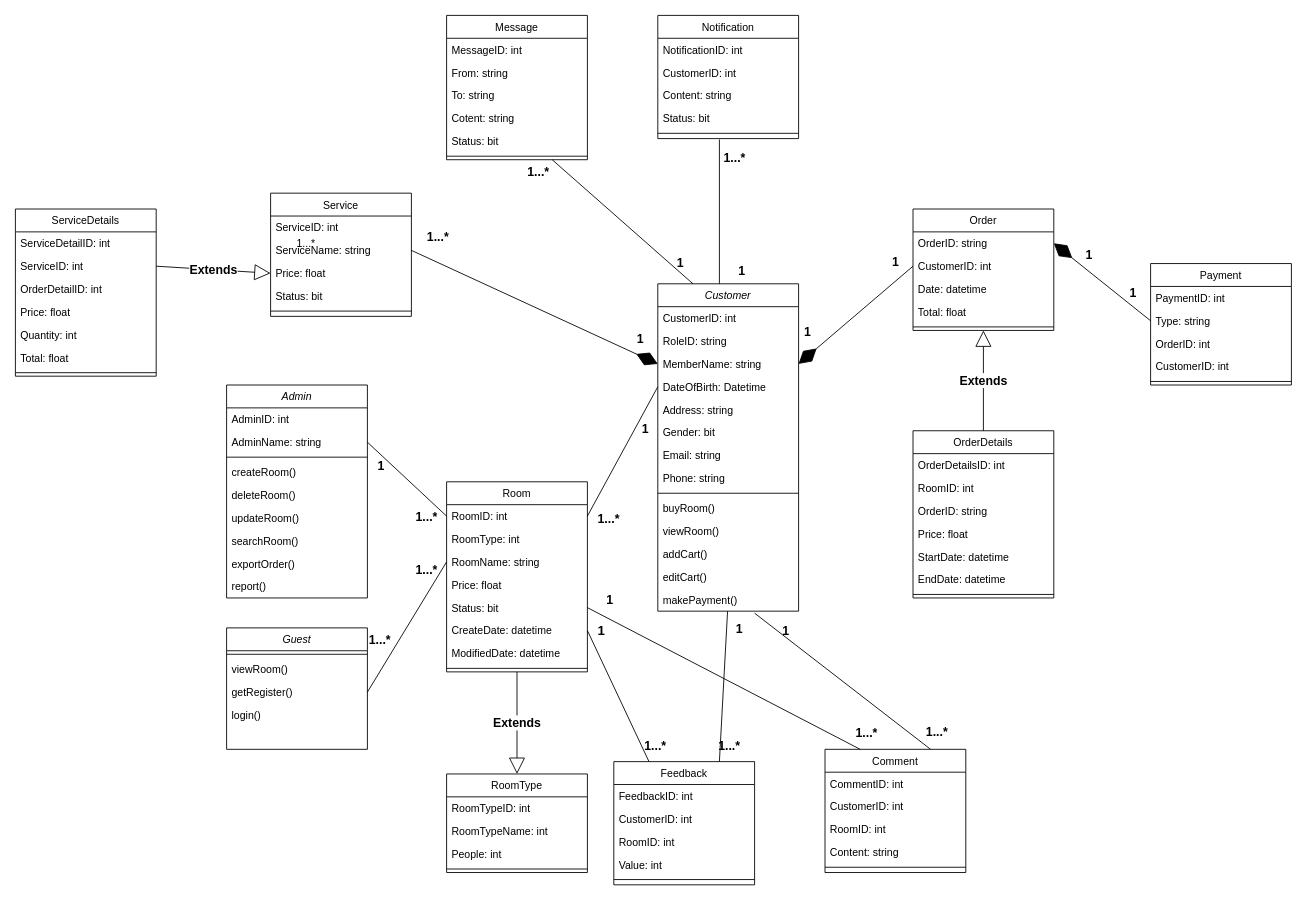
passion-Infinity/PRN292_Assignment keeps this draw.io diagram as Database/Class.drawio. Above is the earlier version. Source tidied: cells renumbered, new cells numbered last; positions are measured from the earlier drawing's top-left corner, leaving out a move shared by most shapes. Both pictures are drawn from the tidied source at 88%, with x=0, y=0 at pixel (15, 15).
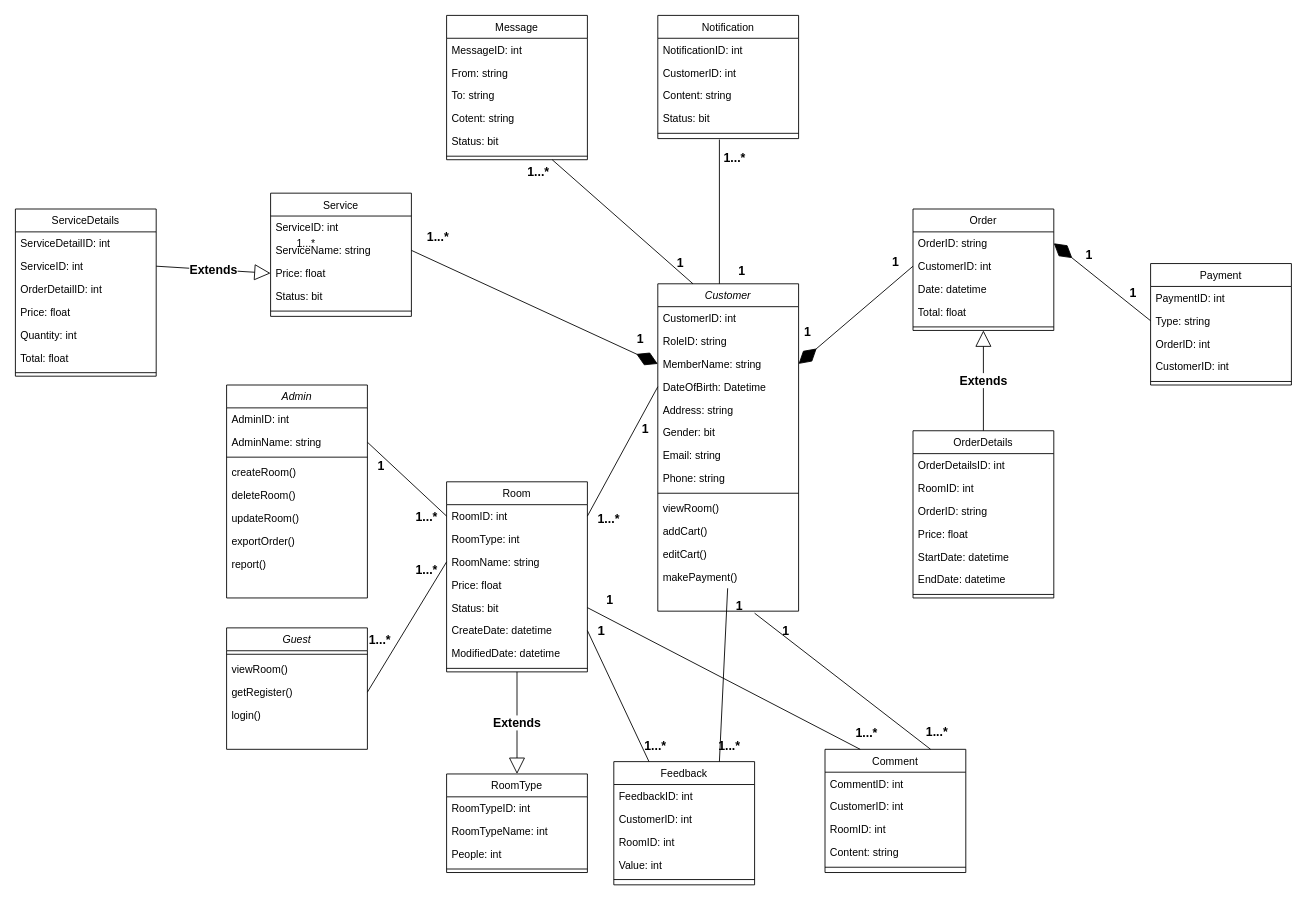
After the change.

The change refers to these unchanged cells:
```xml
<mxCell id="22" value="Customer" style="swimlane;fontStyle=2;align=center;verticalAlign=top;horizontal=1;startSize=26;rounded=0;shadow=0;strokeWidth=1;" parent="1" vertex="1">
  <mxGeometry x="730" y="305" width="160" height="372" as="geometry" />
</mxCell>
<mxCell id="37" value="Admin" style="swimlane;fontStyle=2;align=center;verticalAlign=top;horizontal=1;startSize=26;rounded=0;shadow=0;strokeWidth=1;" parent="1" vertex="1">
  <mxGeometry x="240" y="420" width="160" height="242" as="geometry" />
</mxCell>
```

Change to the diagram source:
```diff
@@
-    <mxCell id="32" value="buyRoom()" style="text;align=left;verticalAlign=top;spacingLeft=4;spacingRight=4;overflow=hidden;" parent="22" vertex="1">
-      <mxGeometry y="242" width="160" height="26" as="geometry" />
-    </mxCell>
     <mxCell id="33" value="viewRoom()" style="text;align=left;verticalAlign=top;spacingLeft=4;spacingRight=4;overflow=hidden;" parent="22" vertex="1">
-      <mxGeometry y="268" width="160" height="26" as="geometry" />
+      <mxGeometry y="242" width="160" height="26" as="geometry" />
     </mxCell>
     <mxCell id="34" value="addCart()" style="text;align=left;verticalAlign=top;spacingLeft=4;spacingRight=4;overflow=hidden;" parent="22" vertex="1">
-      <mxGeometry y="294" width="160" height="26" as="geometry" />
+      <mxGeometry y="268" width="160" height="26" as="geometry" />
     </mxCell>
     <mxCell id="35" value="editCart()" style="text;align=left;verticalAlign=top;spacingLeft=4;spacingRight=4;overflow=hidden;" parent="22" vertex="1">
-      <mxGeometry y="320" width="160" height="26" as="geometry" />
+      <mxGeometry y="294" width="160" height="26" as="geometry" />
     </mxCell>
     <mxCell id="36" value="makePayment()" style="text;align=left;verticalAlign=top;spacingLeft=4;spacingRight=4;overflow=hidden;points=[[0,0.5],[1,0.5]];portConstraint=eastwest;" parent="22" vertex="1">
-      <mxGeometry y="346" width="160" height="26" as="geometry" />
+      <mxGeometry y="320" width="160" height="26" as="geometry" />
     </mxCell>
@@
-    <mxCell id="44" value="searchRoom()" style="text;align=left;verticalAlign=top;spacingLeft=4;spacingRight=4;overflow=hidden;" parent="37" vertex="1">
-      <mxGeometry y="164" width="160" height="26" as="geometry" />
-    </mxCell>
     <mxCell id="45" value="exportOrder()" style="text;align=left;verticalAlign=top;spacingLeft=4;spacingRight=4;overflow=hidden;" parent="37" vertex="1">
-      <mxGeometry y="190" width="160" height="26" as="geometry" />
+      <mxGeometry y="164" width="160" height="26" as="geometry" />
     </mxCell>
     <mxCell id="46" value="report()" style="text;align=left;verticalAlign=top;spacingLeft=4;spacingRight=4;overflow=hidden;" parent="37" vertex="1">
-      <mxGeometry y="216" width="160" height="26" as="geometry" />
+      <mxGeometry y="190" width="160" height="26" as="geometry" />
     </mxCell>
```
